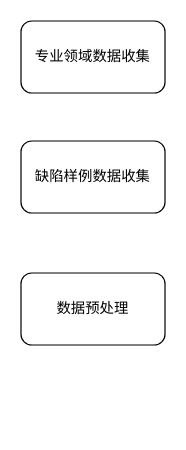
This is page "专利方法图" (5 of 5) of 航电专利1.drawio from fydgmy/jubilant-potato, a draw.io file, before an edit. Source tidied: cells renumbered, new cells numbered last; positions are measured from the earlier drawing's top-left corner, leaving out a move shared by most shapes. Both pictures are drawn from the tidied source at 120%, with x=0, y=0 at pixel (20, 20).
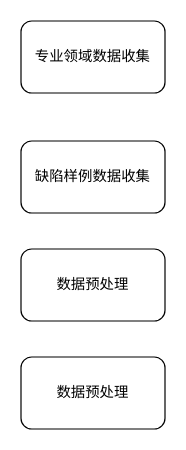
After the change.

Commit message:
更新航电专利1.drawio

What changed in the source:
```diff
@@
 <mxGraphModel>
   <root>
     <mxCell id="0" />
     <mxCell id="1" parent="0" />
     <mxCell id="2" value="专业领域数据收集" style="rounded=1;whiteSpace=wrap;html=1;" parent="1" vertex="1">
       <mxGeometry width="120" height="60" as="geometry" />
     </mxCell>
     <mxCell id="3" value="缺陷样例数据收集" style="rounded=1;whiteSpace=wrap;html=1;" parent="1" vertex="1">
       <mxGeometry y="100" width="120" height="60" as="geometry" />
     </mxCell>
     <mxCell id="4" value="数据预处理" style="rounded=1;whiteSpace=wrap;html=1;" parent="1" vertex="1">
-      <mxGeometry y="210" width="120" height="60" as="geometry" />
+      <mxGeometry y="190" width="120" height="60" as="geometry" />
     </mxCell>
+    <mxCell id="5" value="数据预处理" style="rounded=1;whiteSpace=wrap;html=1;" parent="1" vertex="1">
+      <mxGeometry y="280" width="120" height="60" as="geometry" />
+    </mxCell>
   </root>
 </mxGraphModel>
```
